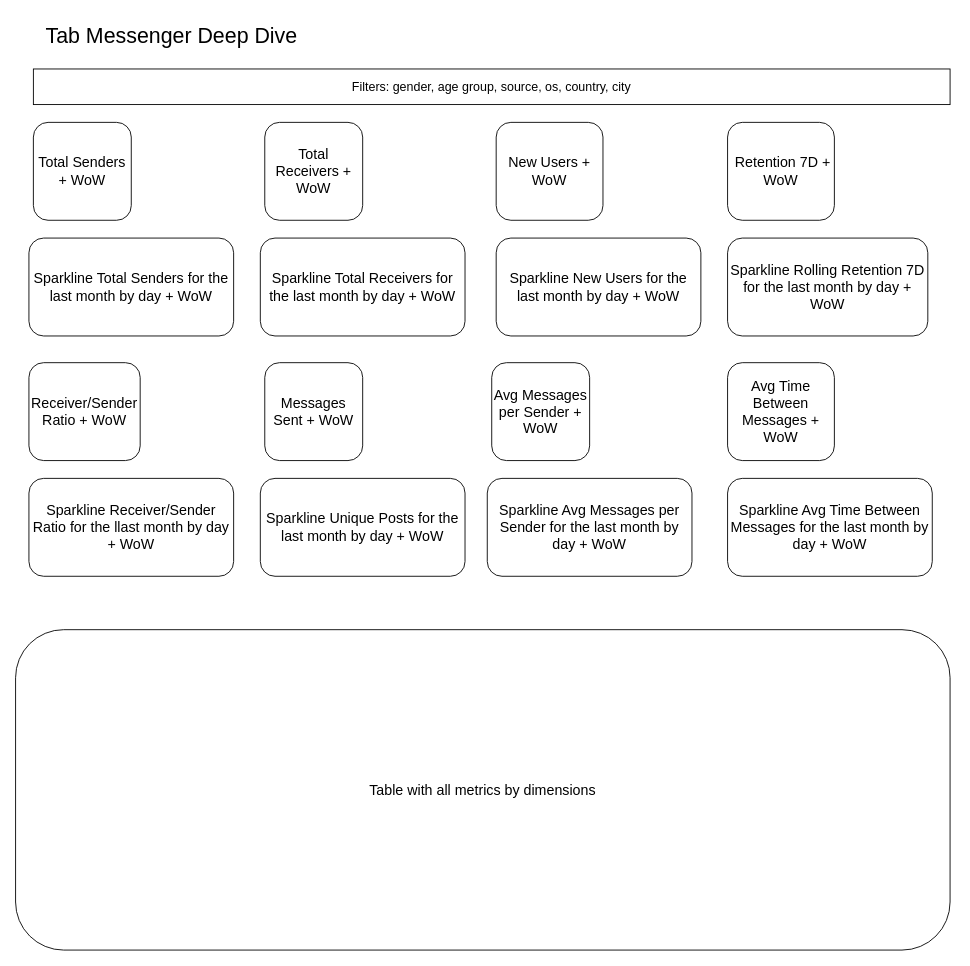
PavelGrigoryevDS/building-startup-analytics keeps this draw.io diagram as page "Messenger Deep Dive" (3 of 3) of building_startup_analytics/2_product_dashboard/dashboard_mockup.drawio. Above is the earlier version. Source tidied: cells renumbered, new cells numbered last; positions are measured from the earlier drawing's top-left corner, leaving out a move shared by most shapes. Both pictures are drawn from the tidied source at 89%, with x=0, y=0 at pixel (15, 15).
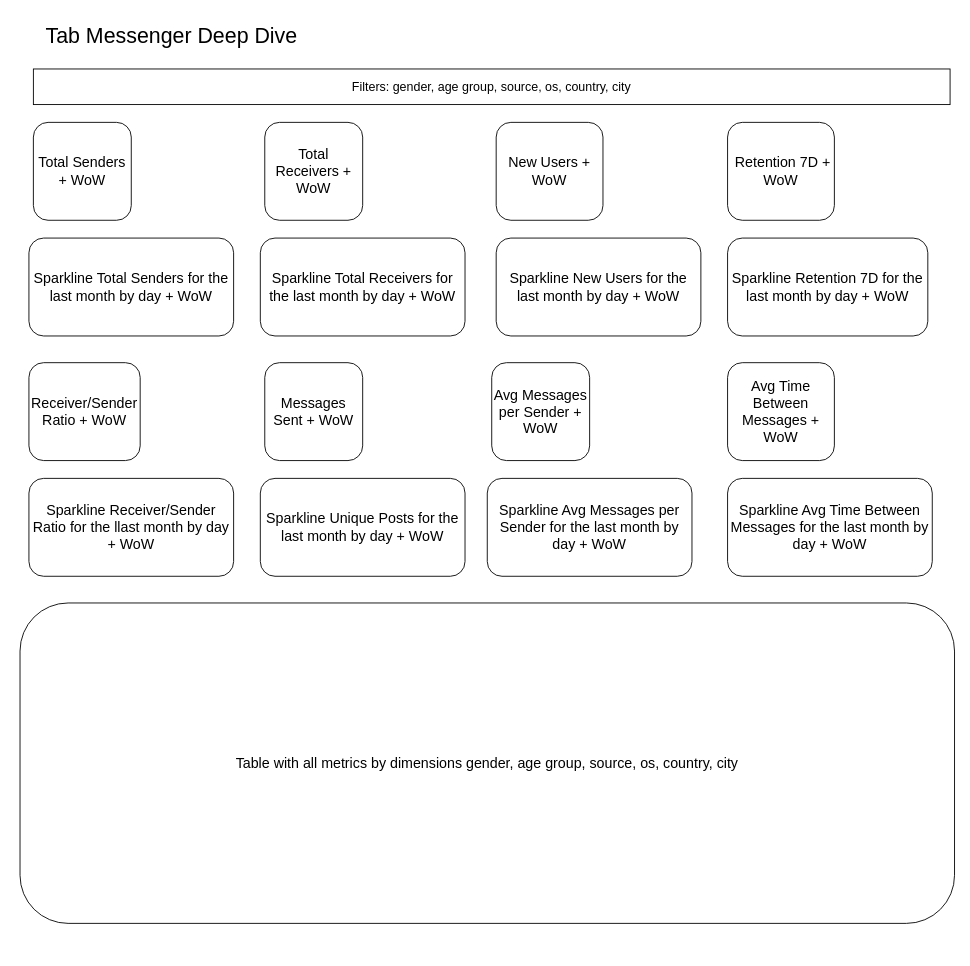
Above is the later version.

Change to the diagram source:
```diff
@@
-    <mxCell id="6" value="&lt;font size=&quot;3&quot;&gt;Sparkline Rolling Retention 7D for the last month by day + WoW&lt;/font&gt;" style="rounded=1;whiteSpace=wrap;html=1;" parent="1" vertex="1">
+    <mxCell id="6" value="&lt;font size=&quot;3&quot;&gt;Sparkline Retention 7D for the last month by day + WoW&lt;/font&gt;" style="rounded=1;whiteSpace=wrap;html=1;" parent="1" vertex="1">
       <mxGeometry x="800" y="250" width="225" height="110" as="geometry" />
     </mxCell>
@@
-    <mxCell id="12" value="&lt;font size=&quot;3&quot;&gt;Table with all metrics by dimensions&lt;/font&gt;" style="rounded=1;whiteSpace=wrap;html=1;" parent="1" vertex="1">
-      <mxGeometry y="690" width="1050" height="360" as="geometry" />
+    <mxCell id="12" value="&lt;font size=&quot;3&quot;&gt;Table with all metrics by dimensions gender, age group, source, os, country, city&lt;/font&gt;" style="rounded=1;whiteSpace=wrap;html=1;" parent="1" vertex="1">
+      <mxGeometry x="5" y="660" width="1050" height="360" as="geometry" />
     </mxCell>
```
